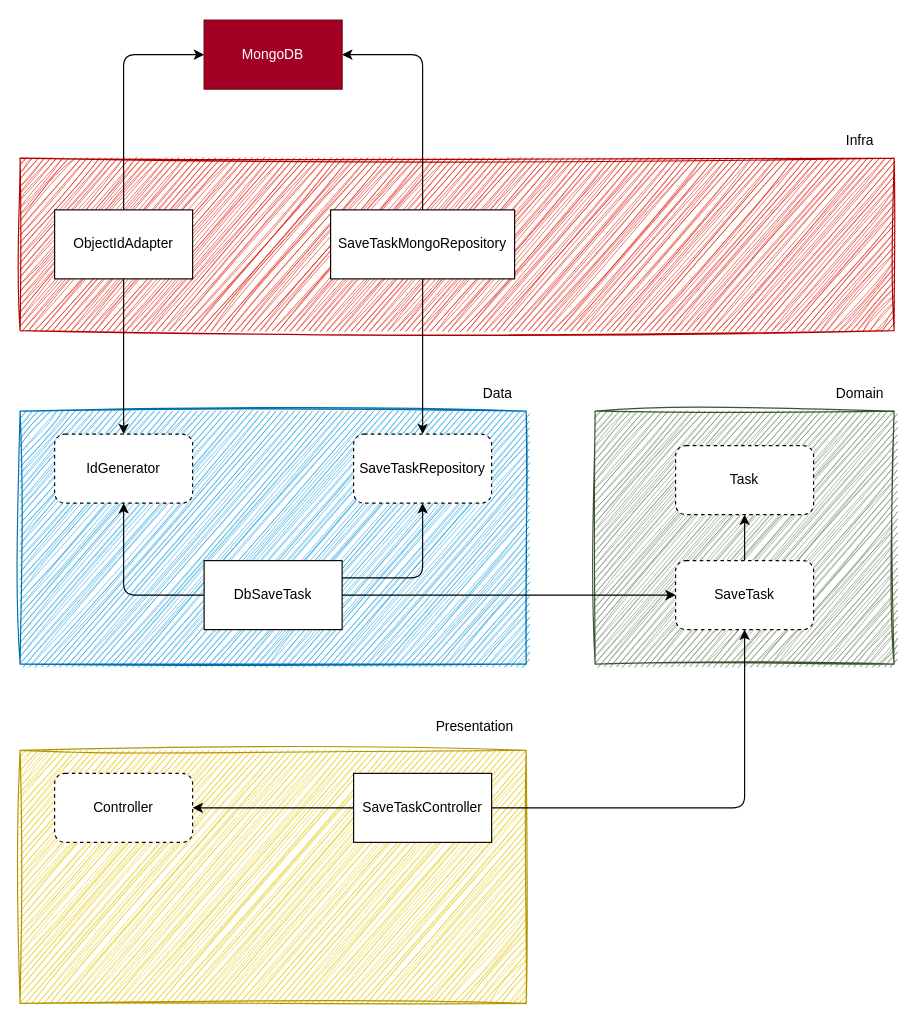
Above: docs/diagram.drawio in mrbrunelli/clean-arch-tasks-example (draw.io), before the change. Source tidied: cells renumbered, new cells numbered last; positions are measured from the earlier drawing's top-left corner, leaving out a move shared by most shapes. Both pictures are drawn from the tidied source at 115%, with x=0, y=0 at pixel (20, 20).
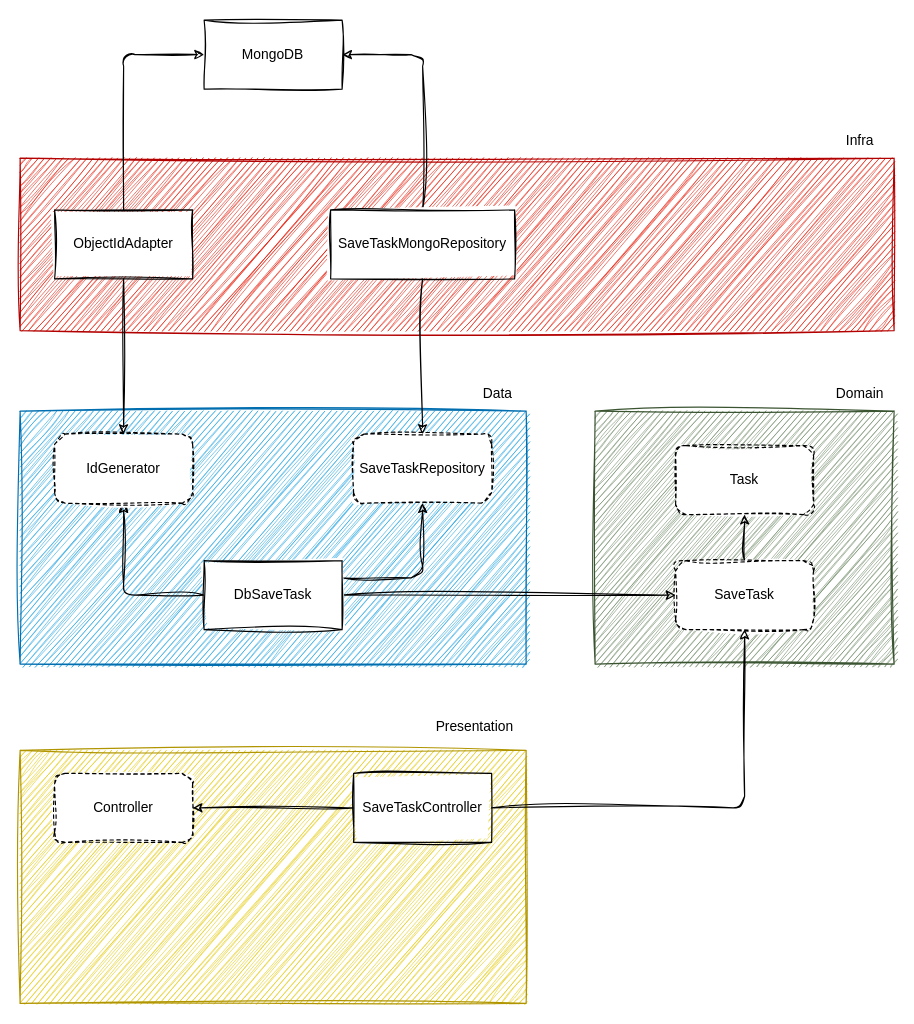
After the change.

Commit message (it also covers changes not shown here):
add sketch mode in svg

Change to the diagram source:
```diff
@@
-    <mxCell id="2" style="rounded=0;whiteSpace=wrap;html=1;fillColor=#6d8764;strokeColor=#3A5431;glass=0;shadow=0;sketch=1;curveFitting=1;jiggle=2;fontColor=#ffffff;" parent="1" vertex="1">
+    <mxCell id="2" style="rounded=0;whiteSpace=wrap;html=1;fillColor=#6d8764;strokeColor=#3A5431;glass=0;shadow=0;fontColor=#ffffff;sketch=1;curveFitting=1;jiggle=2;" parent="1" vertex="1">
       <mxGeometry x="500" y="340" width="260" height="220" as="geometry" />
     </mxCell>
-    <mxCell id="3" value="Domain" style="text;html=1;align=center;verticalAlign=middle;strokeColor=none;fillColor=none;" parent="1" vertex="1">
+    <mxCell id="3" value="Domain" style="text;html=1;align=center;verticalAlign=middle;strokeColor=none;fillColor=none;sketch=1;curveFitting=1;jiggle=2;" parent="1" vertex="1">
       <mxGeometry x="700" y="310" width="60" height="30" as="geometry" />
     </mxCell>
-    <mxCell id="4" value="Task" style="rounded=1;whiteSpace=wrap;html=1;dashed=1;" parent="1" vertex="1">
+    <mxCell id="4" value="Task" style="rounded=1;whiteSpace=wrap;html=1;dashed=1;sketch=1;curveFitting=1;jiggle=2;" parent="1" vertex="1">
       <mxGeometry x="570" y="370" width="120" height="60" as="geometry" />
     </mxCell>
-    <mxCell id="5" style="edgeStyle=none;html=1;exitX=0.5;exitY=0;exitDx=0;exitDy=0;" parent="1" edge="1" source="6" target="4">
+    <mxCell id="5" style="edgeStyle=none;html=1;exitX=0.5;exitY=0;exitDx=0;exitDy=0;sketch=1;curveFitting=1;jiggle=2;" parent="1" edge="1" source="6" target="4">
       <mxGeometry relative="1" as="geometry" />
     </mxCell>
-    <mxCell id="6" value="SaveTask" style="rounded=1;whiteSpace=wrap;html=1;dashed=1;" parent="1" vertex="1">
+    <mxCell id="6" value="SaveTask" style="rounded=1;whiteSpace=wrap;html=1;dashed=1;sketch=1;curveFitting=1;jiggle=2;" parent="1" vertex="1">
       <mxGeometry x="570" y="470" width="120" height="60" as="geometry" />
     </mxCell>
@@
-    <mxCell id="8" value="Data" style="text;html=1;align=center;verticalAlign=middle;strokeColor=none;fillColor=none;" parent="1" vertex="1">
+    <mxCell id="8" value="Data" style="text;html=1;align=center;verticalAlign=middle;strokeColor=none;fillColor=none;sketch=1;curveFitting=1;jiggle=2;" parent="1" vertex="1">
       <mxGeometry x="390" y="310" width="50" height="30" as="geometry" />
     </mxCell>
-    <mxCell id="9" style="edgeStyle=orthogonalEdgeStyle;rounded=0;jettySize=auto;html=1;" parent="1" edge="1" source="12" target="6">
+    <mxCell id="9" style="edgeStyle=orthogonalEdgeStyle;rounded=0;jettySize=auto;html=1;sketch=1;curveFitting=1;jiggle=2;" parent="1" edge="1" source="12" target="6">
       <mxGeometry relative="1" as="geometry" />
     </mxCell>
-    <mxCell id="10" style="edgeStyle=none;html=1;entryX=0.5;entryY=1;entryDx=0;entryDy=0;" parent="1" edge="1" source="12" target="14">
+    <mxCell id="10" style="edgeStyle=none;html=1;entryX=0.5;entryY=1;entryDx=0;entryDy=0;sketch=1;curveFitting=1;jiggle=2;" parent="1" edge="1" source="12" target="14">
       <mxGeometry relative="1" as="geometry">
         <Array as="points">
           <mxPoint x="90" y="500" />
         </Array>
       </mxGeometry>
     </mxCell>
-    <mxCell id="11" style="edgeStyle=none;html=1;exitX=1;exitY=0.25;exitDx=0;exitDy=0;entryX=0.5;entryY=1;entryDx=0;entryDy=0;" parent="1" edge="1" source="12" target="13">
+    <mxCell id="11" style="edgeStyle=none;html=1;exitX=1;exitY=0.25;exitDx=0;exitDy=0;entryX=0.5;entryY=1;entryDx=0;entryDy=0;sketch=1;curveFitting=1;jiggle=2;" parent="1" edge="1" source="12" target="13">
       <mxGeometry relative="1" as="geometry">
         <Array as="points">
           <mxPoint x="350" y="485" />
         </Array>
       </mxGeometry>
     </mxCell>
-    <mxCell id="12" value="DbSaveTask" style="rounded=0;whiteSpace=wrap;html=1;" parent="1" vertex="1">
+    <mxCell id="12" value="DbSaveTask" style="rounded=0;whiteSpace=wrap;html=1;sketch=1;curveFitting=1;jiggle=2;" parent="1" vertex="1">
       <mxGeometry x="160" y="470" width="120" height="60" as="geometry" />
     </mxCell>
-    <mxCell id="13" value="SaveTaskRepository" style="rounded=1;whiteSpace=wrap;html=1;dashed=1;" parent="1" vertex="1">
+    <mxCell id="13" value="SaveTaskRepository" style="rounded=1;whiteSpace=wrap;html=1;dashed=1;sketch=1;curveFitting=1;jiggle=2;" parent="1" vertex="1">
       <mxGeometry x="290" y="360" width="120" height="60" as="geometry" />
     </mxCell>
-    <mxCell id="14" value="IdGenerator" style="rounded=1;whiteSpace=wrap;html=1;dashed=1;" parent="1" vertex="1">
+    <mxCell id="14" value="IdGenerator" style="rounded=1;whiteSpace=wrap;html=1;dashed=1;sketch=1;curveFitting=1;jiggle=2;" parent="1" vertex="1">
       <mxGeometry x="30" y="360" width="120" height="60" as="geometry" />
     </mxCell>
-    <mxCell id="15" style="rounded=0;whiteSpace=wrap;html=1;fillColor=#e3c800;strokeColor=#B09500;sketch=1;curveFitting=1;jiggle=2;fontColor=#000000;" parent="1" vertex="1">
+    <mxCell id="15" style="rounded=0;whiteSpace=wrap;html=1;fillColor=#e3c800;strokeColor=#B09500;fontColor=#000000;sketch=1;curveFitting=1;jiggle=2;" parent="1" vertex="1">
       <mxGeometry y="635" width="440" height="220" as="geometry" />
     </mxCell>
-    <mxCell id="16" value="Presentation" style="text;html=1;align=center;verticalAlign=middle;strokeColor=none;fillColor=none;" parent="1" vertex="1">
+    <mxCell id="16" value="Presentation" style="text;html=1;align=center;verticalAlign=middle;strokeColor=none;fillColor=none;sketch=1;curveFitting=1;jiggle=2;" parent="1" vertex="1">
       <mxGeometry x="350" y="600" width="90" height="30" as="geometry" />
     </mxCell>
-    <mxCell id="17" value="Controller" style="rounded=1;whiteSpace=wrap;html=1;dashed=1;" parent="1" vertex="1">
+    <mxCell id="17" value="Controller" style="rounded=1;whiteSpace=wrap;html=1;dashed=1;sketch=1;curveFitting=1;jiggle=2;" parent="1" vertex="1">
       <mxGeometry x="30" y="655" width="120" height="60" as="geometry" />
     </mxCell>
-    <mxCell id="18" style="edgeStyle=none;html=1;exitX=1;exitY=0.5;exitDx=0;exitDy=0;entryX=0.5;entryY=1;entryDx=0;entryDy=0;" parent="1" edge="1" source="20" target="6">
+    <mxCell id="18" style="edgeStyle=none;html=1;exitX=1;exitY=0.5;exitDx=0;exitDy=0;entryX=0.5;entryY=1;entryDx=0;entryDy=0;sketch=1;curveFitting=1;jiggle=2;" parent="1" edge="1" source="20" target="6">
       <mxGeometry relative="1" as="geometry">
         <Array as="points">
           <mxPoint x="630" y="685" />
         </Array>
       </mxGeometry>
     </mxCell>
-    <mxCell id="19" style="edgeStyle=none;html=1;" parent="1" edge="1" source="20" target="17">
+    <mxCell id="19" style="edgeStyle=none;html=1;sketch=1;curveFitting=1;jiggle=2;" parent="1" edge="1" source="20" target="17">
       <mxGeometry relative="1" as="geometry" />
     </mxCell>
-    <mxCell id="20" value="SaveTaskController" style="rounded=0;whiteSpace=wrap;html=1;" parent="1" vertex="1">
+    <mxCell id="20" value="SaveTaskController" style="rounded=0;whiteSpace=wrap;html=1;sketch=1;curveFitting=1;jiggle=2;" parent="1" vertex="1">
       <mxGeometry x="290" y="655" width="120" height="60" as="geometry" />
     </mxCell>
@@
-    <mxCell id="22" value="Infra" style="text;html=1;align=center;verticalAlign=middle;strokeColor=none;fillColor=none;" parent="1" vertex="1">
+    <mxCell id="22" value="Infra" style="text;html=1;align=center;verticalAlign=middle;strokeColor=none;fillColor=none;sketch=1;curveFitting=1;jiggle=2;" parent="1" vertex="1">
       <mxGeometry x="705" y="90" width="50" height="30" as="geometry" />
     </mxCell>
-    <mxCell id="23" style="edgeStyle=none;html=1;" parent="1" edge="1" source="25" target="14">
+    <mxCell id="23" style="edgeStyle=none;html=1;sketch=1;curveFitting=1;jiggle=2;" parent="1" edge="1" source="25" target="14">
       <mxGeometry relative="1" as="geometry" />
     </mxCell>
-    <mxCell id="24" style="edgeStyle=none;html=1;exitX=0.5;exitY=0;exitDx=0;exitDy=0;entryX=0;entryY=0.5;entryDx=0;entryDy=0;" parent="1" edge="1" source="25" target="29">
+    <mxCell id="24" style="edgeStyle=none;html=1;exitX=0.5;exitY=0;exitDx=0;exitDy=0;entryX=0;entryY=0.5;entryDx=0;entryDy=0;sketch=1;curveFitting=1;jiggle=2;" parent="1" edge="1" source="25">
       <mxGeometry relative="1" as="geometry">
+        <mxPoint x="160" y="30" as="targetPoint" />
         <Array as="points">
           <mxPoint x="90" y="30" />
         </Array>
       </mxGeometry>
     </mxCell>
-    <mxCell id="25" value="ObjectIdAdapter" style="rounded=0;whiteSpace=wrap;html=1;" parent="1" vertex="1">
+    <mxCell id="25" value="ObjectIdAdapter" style="rounded=0;whiteSpace=wrap;html=1;sketch=1;curveFitting=1;jiggle=2;" parent="1" vertex="1">
       <mxGeometry x="30" y="165" width="120" height="60" as="geometry" />
     </mxCell>
-    <mxCell id="26" style="edgeStyle=none;html=1;entryX=0.5;entryY=0;entryDx=0;entryDy=0;" parent="1" edge="1" source="28" target="13">
+    <mxCell id="26" style="edgeStyle=none;html=1;entryX=0.5;entryY=0;entryDx=0;entryDy=0;sketch=1;curveFitting=1;jiggle=2;" parent="1" edge="1" source="28" target="13">
       <mxGeometry relative="1" as="geometry" />
     </mxCell>
-    <mxCell id="27" style="edgeStyle=none;html=1;exitX=0.5;exitY=0;exitDx=0;exitDy=0;entryX=1;entryY=0.5;entryDx=0;entryDy=0;" parent="1" edge="1" source="28" target="29">
+    <mxCell id="27" style="edgeStyle=none;html=1;exitX=0.5;exitY=0;exitDx=0;exitDy=0;entryX=1;entryY=0.5;entryDx=0;entryDy=0;sketch=1;curveFitting=1;jiggle=2;" parent="1" edge="1" source="28">
       <mxGeometry relative="1" as="geometry">
+        <mxPoint x="280" y="30" as="targetPoint" />
         <Array as="points">
           <mxPoint x="350" y="30" />
         </Array>
       </mxGeometry>
     </mxCell>
-    <mxCell id="28" value="SaveTaskMongoRepository" style="rounded=0;whiteSpace=wrap;html=1;" parent="1" vertex="1">
+    <mxCell id="28" value="SaveTaskMongoRepository" style="rounded=0;whiteSpace=wrap;html=1;sketch=1;curveFitting=1;jiggle=2;" parent="1" vertex="1">
       <mxGeometry x="270" y="165" width="160" height="60" as="geometry" />
     </mxCell>
-    <mxCell id="29" value="MongoDB" style="rounded=0;whiteSpace=wrap;html=1;fillColor=#a20025;fontColor=#ffffff;strokeColor=#6F0000;" parent="1" vertex="1">
+    <mxCell id="29" value="MongoDB" style="rounded=0;whiteSpace=wrap;html=1;sketch=1;curveFitting=1;jiggle=2;" parent="1" vertex="1">
       <mxGeometry x="160" width="120" height="60" as="geometry" />
     </mxCell>
```
